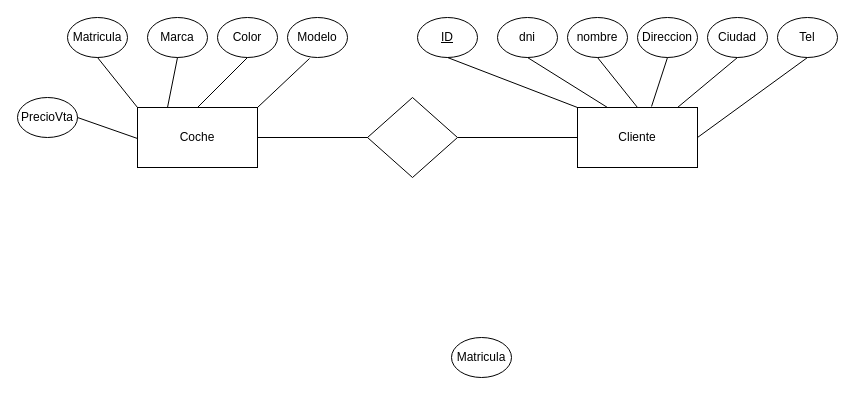
The draw.io diagram coches.drawio in jesicaacosta/PracticasAutocadMedios1, before the edit. Source tidied: cells renumbered, new cells numbered last; positions are measured from the earlier drawing's top-left corner, leaving out a move shared by most shapes. Both pictures are drawn from the tidied source at 100%, with x=0, y=0 at pixel (17, 17).
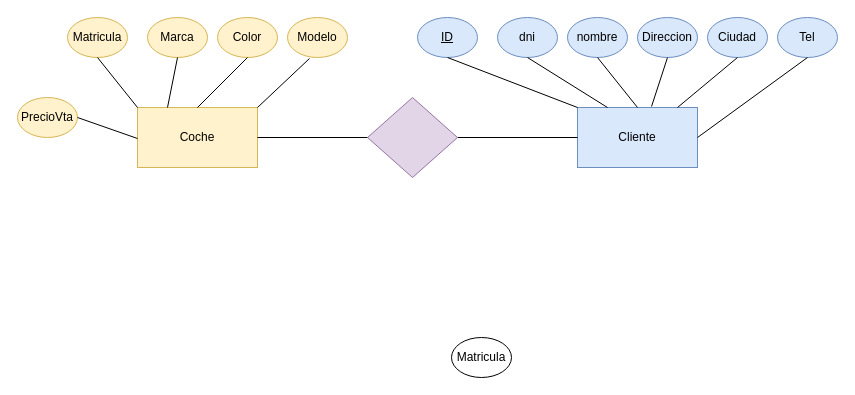
The same page after the edit.

What changed in the source:
```diff
@@
-    <mxCell id="2" value="dni" style="ellipse;whiteSpace=wrap;html=1;" parent="1" vertex="1">
+    <mxCell id="2" value="dni" style="ellipse;whiteSpace=wrap;html=1;fillColor=#dae8fc;strokeColor=#6c8ebf;" parent="1" vertex="1">
       <mxGeometry x="480" width="60" height="40" as="geometry" />
     </mxCell>
-    <mxCell id="3" value="nombre" style="ellipse;whiteSpace=wrap;html=1;" parent="1" vertex="1">
+    <mxCell id="3" value="nombre" style="ellipse;whiteSpace=wrap;html=1;fillColor=#dae8fc;strokeColor=#6c8ebf;" parent="1" vertex="1">
       <mxGeometry x="550" width="60" height="40" as="geometry" />
     </mxCell>
-    <mxCell id="4" value="Direccion" style="ellipse;whiteSpace=wrap;html=1;" parent="1" vertex="1">
+    <mxCell id="4" value="Direccion" style="ellipse;whiteSpace=wrap;html=1;fillColor=#dae8fc;strokeColor=#6c8ebf;" parent="1" vertex="1">
       <mxGeometry x="620" width="60" height="40" as="geometry" />
     </mxCell>
-    <mxCell id="5" value="Ciudad" style="ellipse;whiteSpace=wrap;html=1;" parent="1" vertex="1">
+    <mxCell id="5" value="Ciudad" style="ellipse;whiteSpace=wrap;html=1;fillColor=#dae8fc;strokeColor=#6c8ebf;" parent="1" vertex="1">
       <mxGeometry x="690" width="60" height="40" as="geometry" />
     </mxCell>
-    <mxCell id="6" value="Tel" style="ellipse;whiteSpace=wrap;html=1;" parent="1" vertex="1">
+    <mxCell id="6" value="Tel" style="ellipse;whiteSpace=wrap;html=1;fillColor=#dae8fc;strokeColor=#6c8ebf;" parent="1" vertex="1">
       <mxGeometry x="760" width="60" height="40" as="geometry" />
     </mxCell>
-    <mxCell id="7" value="Matricula" style="ellipse;whiteSpace=wrap;html=1;" parent="1" vertex="1">
+    <mxCell id="7" value="Matricula" style="ellipse;whiteSpace=wrap;html=1;fillColor=#fff2cc;strokeColor=#d6b656;" parent="1" vertex="1">
       <mxGeometry x="50" width="60" height="40" as="geometry" />
     </mxCell>
-    <mxCell id="8" value="Marca" style="ellipse;whiteSpace=wrap;html=1;" parent="1" vertex="1">
+    <mxCell id="8" value="Marca" style="ellipse;whiteSpace=wrap;html=1;fillColor=#fff2cc;strokeColor=#d6b656;" parent="1" vertex="1">
       <mxGeometry x="130" width="60" height="40" as="geometry" />
     </mxCell>
@@
-    <mxCell id="10" value="Modelo" style="ellipse;whiteSpace=wrap;html=1;" parent="1" vertex="1">
+    <mxCell id="10" value="Modelo" style="ellipse;whiteSpace=wrap;html=1;fillColor=#fff2cc;strokeColor=#d6b656;" parent="1" vertex="1">
       <mxGeometry x="270" width="60" height="40" as="geometry" />
     </mxCell>
-    <mxCell id="11" value="Color" style="ellipse;whiteSpace=wrap;html=1;" parent="1" vertex="1">
+    <mxCell id="11" value="Color" style="ellipse;whiteSpace=wrap;html=1;fillColor=#fff2cc;strokeColor=#d6b656;" parent="1" vertex="1">
       <mxGeometry x="200" width="60" height="40" as="geometry" />
     </mxCell>
-    <mxCell id="12" value="Cliente" style="rounded=0;whiteSpace=wrap;html=1;" parent="1" vertex="1">
+    <mxCell id="12" value="Cliente" style="rounded=0;whiteSpace=wrap;html=1;fillColor=#dae8fc;strokeColor=#6c8ebf;" parent="1" vertex="1">
       <mxGeometry x="560" y="90" width="120" height="60" as="geometry" />
     </mxCell>
-    <mxCell id="13" value="&lt;u&gt;ID&lt;/u&gt;" style="ellipse;whiteSpace=wrap;html=1;" parent="1" vertex="1">
+    <mxCell id="13" value="&lt;u&gt;ID&lt;/u&gt;" style="ellipse;whiteSpace=wrap;html=1;fillColor=#dae8fc;strokeColor=#6c8ebf;" parent="1" vertex="1">
       <mxGeometry x="400" width="60" height="40" as="geometry" />
     </mxCell>
-    <mxCell id="14" value="Coche" style="rounded=0;whiteSpace=wrap;html=1;" parent="1" vertex="1">
+    <mxCell id="14" value="Coche" style="rounded=0;whiteSpace=wrap;html=1;fillColor=#fff2cc;strokeColor=#d6b656;" parent="1" vertex="1">
       <mxGeometry x="120" y="90" width="120" height="60" as="geometry" />
     </mxCell>
@@
-    <mxCell id="19" value="PrecioVta" style="ellipse;whiteSpace=wrap;html=1;" parent="1" vertex="1">
+    <mxCell id="19" value="PrecioVta" style="ellipse;whiteSpace=wrap;html=1;fillColor=#fff2cc;strokeColor=#d6b656;" parent="1" vertex="1">
       <mxGeometry y="80" width="60" height="40" as="geometry" />
     </mxCell>
@@
-    <mxCell id="29" style="rhombus;whiteSpace=wrap;html=1;" parent="1" vertex="1">
+    <mxCell id="29" style="rhombus;whiteSpace=wrap;html=1;fillColor=#e1d5e7;strokeColor=#9673a6;" parent="1" vertex="1">
       <mxGeometry x="350" y="80" width="90" height="80" as="geometry" />
     </mxCell>
```
